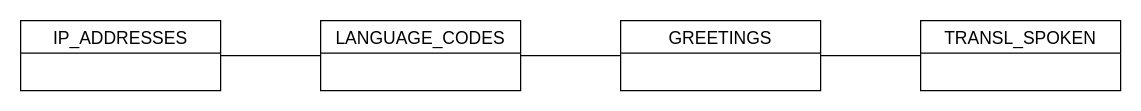
The draw.io diagram page "conceptual_design" (1 of 3) of documentation/ERD.drawio in LucaBalduzziNI/nimbus-intelligence-coh2-python-project, before the edit. Source tidied: cells renumbered, new cells numbered last; positions are measured from the earlier drawing's top-left corner, leaving out a move shared by most shapes. Both pictures are drawn from the tidied source at 125%, with x=0, y=0 at pixel (20, 20).
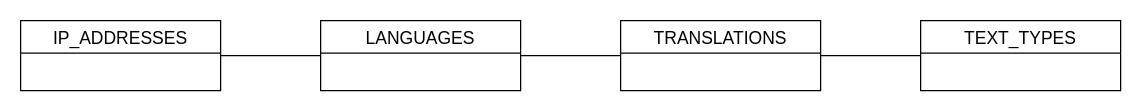
The same page after the edit.

Commit message (it also covers changes not shown here):
Updated ERD with text types

Diff of the diagram source:
```diff
@@
 <mxGraphModel>
   <root>
     <mxCell id="0" />
     <mxCell id="1" parent="0" />
     <mxCell id="2" value="IP_ADDRESSES" style="swimlane;fontStyle=0;horizontal=1;startSize=26;align=center;fontSize=14;" parent="1" vertex="1">
       <mxGeometry width="160" height="56" as="geometry" />
     </mxCell>
-    <mxCell id="3" value="LANGUAGE_CODES" style="swimlane;fontStyle=0;horizontal=1;startSize=26;align=center;fontSize=14;" parent="1" vertex="1">
+    <mxCell id="3" value="LANGUAGES" style="swimlane;fontStyle=0;horizontal=1;startSize=26;align=center;fontSize=14;" parent="1" vertex="1">
       <mxGeometry x="240" width="160" height="56" as="geometry" />
     </mxCell>
-    <mxCell id="4" value="GREETINGS" style="swimlane;fontStyle=0;horizontal=1;startSize=26;align=center;fontSize=14;" parent="1" vertex="1">
+    <mxCell id="4" value="TRANSLATIONS" style="swimlane;fontStyle=0;horizontal=1;startSize=26;align=center;fontSize=14;" parent="1" vertex="1">
       <mxGeometry x="480" width="160" height="56" as="geometry" />
     </mxCell>
-    <mxCell id="5" value="TRANSL_SPOKEN" style="swimlane;fontStyle=0;horizontal=1;startSize=26;align=center;fontSize=14;" parent="1" vertex="1">
+    <mxCell id="5" value="TEXT_TYPES" style="swimlane;fontStyle=0;horizontal=1;startSize=26;align=center;fontSize=14;" parent="1" vertex="1">
       <mxGeometry x="720" width="160" height="56" as="geometry" />
     </mxCell>
     <mxCell id="6" style="endArrow=none;html=1;rounded=0;" parent="1" edge="1" source="2" target="3">
       <mxGeometry relative="1" as="geometry" />
     </mxCell>
     <mxCell id="7" style="endArrow=none;html=1;rounded=0;" parent="1" edge="1" source="3" target="4">
       <mxGeometry relative="1" as="geometry" />
     </mxCell>
     <mxCell id="8" style="endArrow=none;html=1;rounded=0;" parent="1" edge="1" source="4" target="5">
       <mxGeometry relative="1" as="geometry" />
     </mxCell>
   </root>
 </mxGraphModel>
```
